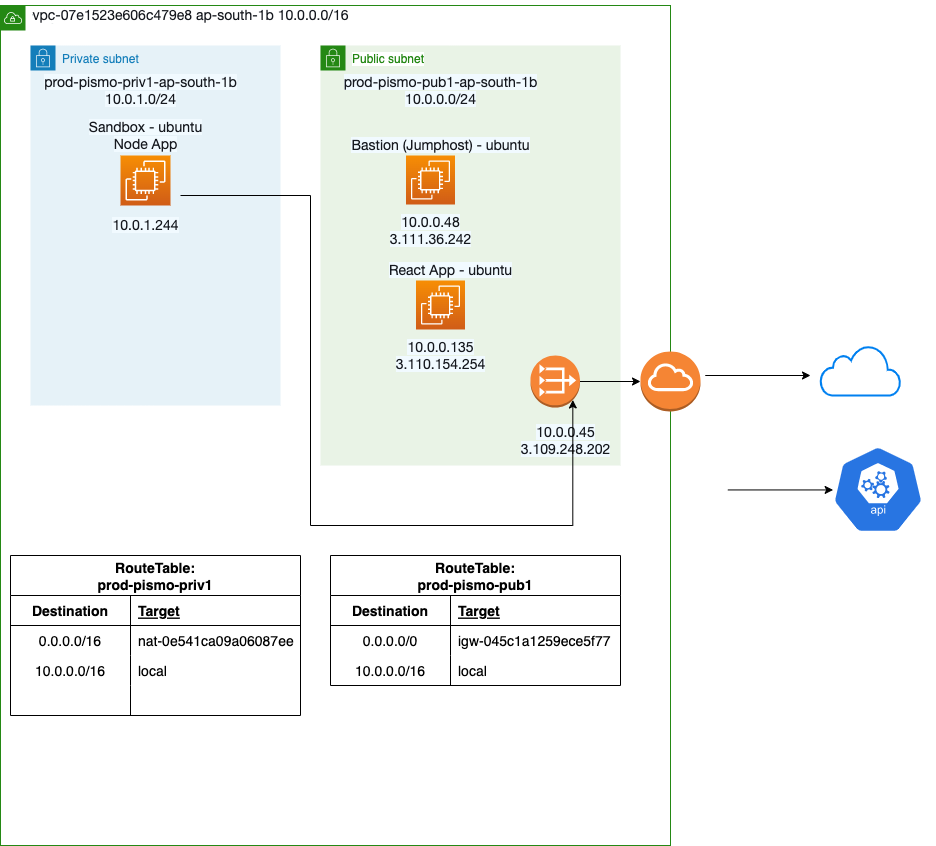
anilkumaran/aws-architecture-diagrams keeps this draw.io diagram as New NAT - VPC 04072022.drawio.png. Above is the earlier version. Source tidied: cells renumbered, new cells last; positions are measured from the earlier drawing's top-left corner, leaving out a move shared by most shapes. Its diagram source:
```xml
<mxGraphModel>
  <root>
    <mxCell id="0" />
    <mxCell id="1" parent="0" />
    <mxCell id="2" value="VPC" style="gradientColor=none;html=1;whiteSpace=wrap;fontSize=12;fontStyle=0;shape=mxgraph.aws4.group;grIcon=mxgraph.aws4.group_vpc;strokeColor=#248814;fillColor=none;verticalAlign=top;align=left;spacingLeft=30;fontColor=#AAB7B8;dashed=0;" parent="1" vertex="1">
      <mxGeometry y="5" width="670" height="840" as="geometry" />
    </mxCell>
    <mxCell id="3" value="Private subnet" style="gradientColor=none;html=1;whiteSpace=wrap;fontSize=12;fontStyle=0;shape=mxgraph.aws4.group;grIcon=mxgraph.aws4.group_security_group;grStroke=0;strokeColor=#147EBA;fillColor=#E6F2F8;verticalAlign=top;align=left;spacingLeft=30;fontColor=#147EBA;dashed=0;" parent="2" vertex="1">
      <mxGeometry x="30" y="40" width="250" height="360" as="geometry" />
    </mxCell>
    <mxCell id="4" value="&lt;span style=&quot;caret-color: rgb(22, 25, 31); color: rgb(22, 25, 31); font-family: &amp;quot;Amazon Ember&amp;quot;, &amp;quot;Helvetica Neue&amp;quot;, Roboto, Arial, sans-serif; font-size: 14px; text-align: start; text-size-adjust: auto; background-color: rgb(241, 250, 255);&quot;&gt;&lt;span style=&quot;text-size-adjust: auto;&quot;&gt;prod-pismo-priv1-ap-south-1b&lt;/span&gt;&lt;br&gt;&lt;span style=&quot;text-size-adjust: auto;&quot;&gt;10.0.1.0/24&lt;/span&gt;&lt;br&gt;&lt;/span&gt;" style="text;html=1;align=center;verticalAlign=middle;fillColor=none;strokeColor=none;rounded=0;" parent="3" vertex="1">
      <mxGeometry y="20" width="220" height="50" as="geometry" />
    </mxCell>
    <mxCell id="5" style="sketch=0;fontColor=#232F3E;gradientColor=#F78E04;gradientDirection=north;fillColor=#D05C17;strokeColor=#ffffff;dashed=0;verticalLabelPosition=bottom;verticalAlign=top;align=center;html=1;fontSize=12;fontStyle=0;shape=mxgraph.aws4.resourceIcon;resIcon=mxgraph.aws4.ec2;" parent="3" vertex="1">
      <mxGeometry x="90" y="110" width="50" height="50" as="geometry" />
    </mxCell>
    <mxCell id="6" value="&lt;div style=&quot;text-align: left;&quot;&gt;&lt;span style=&quot;caret-color: rgb(22, 25, 31); color: rgb(22, 25, 31); font-family: &amp;quot;Amazon Ember&amp;quot;, &amp;quot;Helvetica Neue&amp;quot;, Roboto, Arial, sans-serif; font-size: 14px; text-size-adjust: auto; background-color: rgb(241, 250, 255);&quot;&gt;10.0.1.244&lt;/span&gt;&lt;br&gt;&lt;/div&gt;" style="text;html=1;align=center;verticalAlign=middle;fillColor=none;strokeColor=none;rounded=0;" parent="3" vertex="1">
      <mxGeometry x="70" y="165" width="90" height="30" as="geometry" />
    </mxCell>
    <mxCell id="7" value="&lt;span style=&quot;caret-color: rgb(22, 25, 31); color: rgb(22, 25, 31); font-family: &amp;quot;Amazon Ember&amp;quot;, &amp;quot;Helvetica Neue&amp;quot;, Roboto, Arial, sans-serif; font-size: 14px; text-align: start; text-size-adjust: auto; background-color: rgb(241, 250, 255);&quot;&gt;Sandbox - ubuntu&lt;br&gt;Node App&lt;br&gt;&lt;/span&gt;" style="text;html=1;align=center;verticalAlign=middle;fillColor=none;strokeColor=none;rounded=0;" parent="3" vertex="1">
      <mxGeometry x="45" y="65" width="140" height="50" as="geometry" />
    </mxCell>
    <mxCell id="8" value="Public subnet" style="gradientColor=none;html=1;whiteSpace=wrap;fontSize=12;fontStyle=0;shape=mxgraph.aws4.group;grIcon=mxgraph.aws4.group_security_group;grStroke=0;strokeColor=#248814;fillColor=#E9F3E6;verticalAlign=top;align=left;spacingLeft=30;fontColor=#248814;dashed=0;labelBackgroundColor=default;" parent="2" vertex="1">
      <mxGeometry x="320" y="40" width="300" height="420" as="geometry" />
    </mxCell>
    <mxCell id="9" value="&lt;span style=&quot;caret-color: rgb(22, 25, 31); color: rgb(22, 25, 31); font-family: &amp;quot;Amazon Ember&amp;quot;, &amp;quot;Helvetica Neue&amp;quot;, Roboto, Arial, sans-serif; font-size: 14px; text-align: start; text-size-adjust: auto; background-color: rgb(241, 250, 255);&quot;&gt;&lt;span style=&quot;text-size-adjust: auto;&quot;&gt;prod-pismo-pub1-ap-south-1b&lt;/span&gt;&lt;br&gt;&lt;span style=&quot;text-size-adjust: auto;&quot;&gt;10.0.0.0/24&lt;/span&gt;&lt;br&gt;&lt;/span&gt;" style="text;html=1;align=center;verticalAlign=middle;fillColor=none;strokeColor=none;rounded=0;" parent="8" vertex="1">
      <mxGeometry x="10" y="20" width="220" height="50" as="geometry" />
    </mxCell>
    <mxCell id="10" style="outlineConnect=0;dashed=0;verticalLabelPosition=bottom;verticalAlign=top;align=center;html=1;shape=mxgraph.aws3.vpc_nat_gateway;fillColor=#F58536;gradientColor=none;" parent="8" vertex="1">
      <mxGeometry x="210" y="310" width="49.5" height="52" as="geometry" />
    </mxCell>
    <mxCell id="11" style="sketch=0;fontColor=#232F3E;gradientColor=#F78E04;gradientDirection=north;fillColor=#D05C17;strokeColor=#ffffff;dashed=0;verticalLabelPosition=bottom;verticalAlign=top;align=center;html=1;fontSize=12;fontStyle=0;shape=mxgraph.aws4.resourceIcon;resIcon=mxgraph.aws4.ec2;" parent="8" vertex="1">
      <mxGeometry x="85.5" y="110" width="49" height="49" as="geometry" />
    </mxCell>
    <mxCell id="12" value="&lt;span style=&quot;caret-color: rgb(22, 25, 31); color: rgb(22, 25, 31); font-family: &amp;quot;Amazon Ember&amp;quot;, &amp;quot;Helvetica Neue&amp;quot;, Roboto, Arial, sans-serif; font-size: 14px; text-align: left; text-size-adjust: auto; background-color: rgb(241, 250, 255);&quot;&gt;&lt;span style=&quot;text-size-adjust: auto;&quot;&gt;10.0.0.48&lt;/span&gt;&lt;br&gt;&lt;span style=&quot;text-size-adjust: auto;&quot;&gt;3.111.36.242&lt;/span&gt;&lt;br&gt;&lt;/span&gt;" style="text;html=1;align=center;verticalAlign=middle;fillColor=none;strokeColor=none;rounded=0;" parent="8" vertex="1">
      <mxGeometry x="55" y="160" width="110" height="50" as="geometry" />
    </mxCell>
    <mxCell id="13" value="&lt;span style=&quot;caret-color: rgb(22, 25, 31); color: rgb(22, 25, 31); font-family: &amp;quot;Amazon Ember&amp;quot;, &amp;quot;Helvetica Neue&amp;quot;, Roboto, Arial, sans-serif; font-size: 14px; text-align: start; text-size-adjust: auto; background-color: rgb(241, 250, 255);&quot;&gt;Bastion (Jumphost) - ubuntu&lt;br&gt;&lt;/span&gt;" style="text;html=1;align=center;verticalAlign=middle;fillColor=none;strokeColor=none;rounded=0;" parent="8" vertex="1">
      <mxGeometry x="20" y="85" width="200" height="30" as="geometry" />
    </mxCell>
    <mxCell id="14" value="&lt;span style=&quot;caret-color: rgb(22, 25, 31); color: rgb(22, 25, 31); font-family: &amp;quot;Amazon Ember&amp;quot;, &amp;quot;Helvetica Neue&amp;quot;, Roboto, Arial, sans-serif; font-size: 14px; text-align: left; text-size-adjust: auto; background-color: rgb(241, 250, 255);&quot;&gt;&lt;span style=&quot;text-size-adjust: auto;&quot;&gt;10.0.0.45&lt;/span&gt;&lt;br&gt;&lt;span style=&quot;text-size-adjust: auto;&quot;&gt;3.109.248.202&lt;/span&gt;&lt;br&gt;&lt;/span&gt;" style="text;html=1;align=center;verticalAlign=middle;fillColor=none;strokeColor=none;rounded=0;" parent="8" vertex="1">
      <mxGeometry x="190" y="370" width="110" height="50" as="geometry" />
    </mxCell>
    <mxCell id="15" style="sketch=0;fontColor=#232F3E;gradientColor=#F78E04;gradientDirection=north;fillColor=#D05C17;strokeColor=#ffffff;dashed=0;verticalLabelPosition=bottom;verticalAlign=top;align=center;html=1;fontSize=12;fontStyle=0;shape=mxgraph.aws4.resourceIcon;resIcon=mxgraph.aws4.ec2;" parent="8" vertex="1">
      <mxGeometry x="95.5" y="235" width="49" height="49" as="geometry" />
    </mxCell>
    <mxCell id="16" value="&lt;span style=&quot;caret-color: rgb(22, 25, 31); color: rgb(22, 25, 31); font-family: &amp;quot;Amazon Ember&amp;quot;, &amp;quot;Helvetica Neue&amp;quot;, Roboto, Arial, sans-serif; font-size: 14px; text-align: left; text-size-adjust: auto; background-color: rgb(241, 250, 255);&quot;&gt;&lt;span style=&quot;text-size-adjust: auto;&quot;&gt;10.0.0.135&lt;/span&gt;&lt;br&gt;&lt;span style=&quot;text-size-adjust: auto;&quot;&gt;3.110.154.254&lt;/span&gt;&lt;br&gt;&lt;/span&gt;" style="text;html=1;align=center;verticalAlign=middle;fillColor=none;strokeColor=none;rounded=0;" parent="8" vertex="1">
      <mxGeometry x="65" y="285" width="110" height="50" as="geometry" />
    </mxCell>
    <mxCell id="17" value="&lt;span style=&quot;caret-color: rgb(22, 25, 31); color: rgb(22, 25, 31); font-family: &amp;quot;Amazon Ember&amp;quot;, &amp;quot;Helvetica Neue&amp;quot;, Roboto, Arial, sans-serif; font-size: 14px; text-align: start; text-size-adjust: auto; background-color: rgb(241, 250, 255);&quot;&gt;React App - ubuntu&lt;br&gt;&lt;/span&gt;" style="text;html=1;align=center;verticalAlign=middle;fillColor=none;strokeColor=none;rounded=0;" parent="8" vertex="1">
      <mxGeometry x="55" y="210" width="150" height="30" as="geometry" />
    </mxCell>
    <mxCell id="18" value="&lt;span style=&quot;caret-color: rgb(22, 25, 31); color: rgb(22, 25, 31); font-family: &amp;quot;Amazon Ember&amp;quot;, &amp;quot;Helvetica Neue&amp;quot;, Roboto, Arial, sans-serif; font-size: 14px; text-align: start; text-size-adjust: auto; background-color: rgb(255, 255, 255);&quot;&gt;vpc-07e1523e606c479e8&amp;nbsp;&lt;/span&gt;&lt;span style=&quot;caret-color: rgb(22, 25, 31); color: rgb(22, 25, 31); font-family: &amp;quot;Amazon Ember&amp;quot;, &amp;quot;Helvetica Neue&amp;quot;, Roboto, Arial, sans-serif; font-size: 14px; text-align: left; text-size-adjust: auto; background-color: rgb(255, 255, 255);&quot;&gt;ap-south-1b&amp;nbsp;&lt;/span&gt;&lt;span style=&quot;caret-color: rgb(22, 25, 31); color: rgb(22, 25, 31); font-family: &amp;quot;Amazon Ember&amp;quot;, &amp;quot;Helvetica Neue&amp;quot;, Roboto, Arial, sans-serif; font-size: 14px; text-align: left; text-size-adjust: auto; background-color: rgb(255, 255, 255);&quot;&gt;10.0.0.0/16&lt;/span&gt;" style="text;html=1;align=center;verticalAlign=middle;fillColor=none;strokeColor=none;rounded=0;" parent="2" vertex="1">
      <mxGeometry x="20" y="-5" width="340" height="30" as="geometry" />
    </mxCell>
    <mxCell id="19" value="RouteTable:&#10;prod-pismo-priv1" style="shape=table;startSize=40;rowLines=0;fontStyle=1;align=center;fontSize=14;fontColor=#000000;" parent="2" vertex="1">
      <mxGeometry x="10" y="550" width="290" height="160" as="geometry" />
    </mxCell>
    <mxCell id="20" style="shape=tableRow;horizontal=0;startSize=0;swimlaneHead=0;swimlaneBody=0;fillColor=none;top=0;left=0;right=0;bottom=1;fontSize=14;fontColor=#000000;" parent="19" vertex="1">
      <mxGeometry y="40" width="290" height="30" as="geometry" />
    </mxCell>
    <mxCell id="21" value="Destination" style="shape=partialRectangle;fillColor=none;top=0;left=0;bottom=0;right=0;fontStyle=1;overflow=hidden;fontSize=14;fontColor=#000000;" parent="20" vertex="1">
      <mxGeometry width="120" height="30" as="geometry" />
    </mxCell>
    <mxCell id="22" value="Target" style="shape=partialRectangle;fillColor=none;top=0;left=0;bottom=0;right=0;align=left;spacingLeft=6;fontStyle=5;overflow=hidden;fontSize=14;fontColor=#000000;" parent="20" vertex="1">
      <mxGeometry x="120" width="170" height="30" as="geometry" />
    </mxCell>
    <mxCell id="23" style="shape=tableRow;horizontal=0;startSize=0;swimlaneHead=0;swimlaneBody=0;fillColor=none;top=0;left=0;right=0;bottom=0;fontSize=14;fontColor=#000000;" parent="19" vertex="1">
      <mxGeometry y="70" width="290" height="30" as="geometry" />
    </mxCell>
    <mxCell id="24" value="0.0.0.0/16" style="shape=partialRectangle;fillColor=none;top=0;left=0;bottom=0;right=0;overflow=hidden;fontSize=14;fontColor=#000000;" parent="23" vertex="1">
      <mxGeometry width="120" height="30" as="geometry" />
    </mxCell>
    <mxCell id="25" value="nat-0e541ca09a06087ee" style="shape=partialRectangle;fillColor=none;top=0;left=0;bottom=0;right=0;align=left;spacingLeft=6;overflow=hidden;fontSize=14;fontColor=#000000;" parent="23" vertex="1">
      <mxGeometry x="120" width="170" height="30" as="geometry" />
    </mxCell>
    <mxCell id="26" style="shape=tableRow;horizontal=0;startSize=0;swimlaneHead=0;swimlaneBody=0;fillColor=none;top=0;left=0;right=0;bottom=0;fontSize=14;fontColor=#000000;" parent="19" vertex="1">
      <mxGeometry y="100" width="290" height="30" as="geometry" />
    </mxCell>
    <mxCell id="27" value="10.0.0.0/16" style="shape=partialRectangle;fillColor=none;top=0;left=0;bottom=0;right=0;overflow=hidden;fontSize=14;fontColor=#000000;" parent="26" vertex="1">
      <mxGeometry width="120" height="30" as="geometry" />
    </mxCell>
    <mxCell id="28" value="local" style="shape=partialRectangle;fillColor=none;top=0;left=0;bottom=0;right=0;align=left;spacingLeft=6;overflow=hidden;fontSize=14;fontColor=#000000;" parent="26" vertex="1">
      <mxGeometry x="120" width="170" height="30" as="geometry" />
    </mxCell>
    <mxCell id="29" style="shape=tableRow;horizontal=0;startSize=0;swimlaneHead=0;swimlaneBody=0;fillColor=none;top=0;left=0;right=0;bottom=0;fontSize=14;fontColor=#000000;" parent="19" vertex="1">
      <mxGeometry y="130" width="290" height="30" as="geometry" />
    </mxCell>
    <mxCell id="30" style="shape=partialRectangle;fillColor=none;top=0;left=0;bottom=0;right=0;overflow=hidden;fontSize=14;fontColor=#000000;" parent="29" vertex="1">
      <mxGeometry width="120" height="30" as="geometry" />
    </mxCell>
    <mxCell id="31" style="shape=partialRectangle;fillColor=none;top=0;left=0;bottom=0;right=0;align=left;spacingLeft=6;overflow=hidden;fontSize=14;fontColor=#000000;" parent="29" vertex="1">
      <mxGeometry x="120" width="170" height="30" as="geometry" />
    </mxCell>
    <mxCell id="32" value="RouteTable:&#10;prod-pismo-pub1" style="shape=table;startSize=40;rowLines=0;fontStyle=1;align=center;fontSize=14;fontColor=#000000;" parent="2" vertex="1">
      <mxGeometry x="330" y="550" width="290" height="130" as="geometry" />
    </mxCell>
    <mxCell id="33" style="shape=tableRow;horizontal=0;startSize=0;swimlaneHead=0;swimlaneBody=0;fillColor=none;top=0;left=0;right=0;bottom=1;fontSize=14;fontColor=#000000;" parent="32" vertex="1">
      <mxGeometry y="40" width="290" height="30" as="geometry" />
    </mxCell>
    <mxCell id="34" value="Destination" style="shape=partialRectangle;fillColor=none;top=0;left=0;bottom=0;right=0;fontStyle=1;overflow=hidden;fontSize=14;fontColor=#000000;" parent="33" vertex="1">
      <mxGeometry width="120" height="30" as="geometry" />
    </mxCell>
    <mxCell id="35" value="Target" style="shape=partialRectangle;fillColor=none;top=0;left=0;bottom=0;right=0;align=left;spacingLeft=6;fontStyle=5;overflow=hidden;fontSize=14;fontColor=#000000;" parent="33" vertex="1">
      <mxGeometry x="120" width="170" height="30" as="geometry" />
    </mxCell>
    <mxCell id="36" style="shape=tableRow;horizontal=0;startSize=0;swimlaneHead=0;swimlaneBody=0;fillColor=none;top=0;left=0;right=0;bottom=0;fontSize=14;fontColor=#000000;" parent="32" vertex="1">
      <mxGeometry y="70" width="290" height="30" as="geometry" />
    </mxCell>
    <mxCell id="37" value="0.0.0.0/0" style="shape=partialRectangle;fillColor=none;top=0;left=0;bottom=0;right=0;overflow=hidden;fontSize=14;fontColor=#000000;" parent="36" vertex="1">
      <mxGeometry width="120" height="30" as="geometry" />
    </mxCell>
    <mxCell id="38" value="igw-045c1a1259ece5f77" style="shape=partialRectangle;fillColor=none;top=0;left=0;bottom=0;right=0;align=left;spacingLeft=6;overflow=hidden;fontSize=14;fontColor=#000000;" parent="36" vertex="1">
      <mxGeometry x="120" width="170" height="30" as="geometry" />
    </mxCell>
    <mxCell id="39" style="shape=tableRow;horizontal=0;startSize=0;swimlaneHead=0;swimlaneBody=0;fillColor=none;top=0;left=0;right=0;bottom=0;fontSize=14;fontColor=#000000;" parent="32" vertex="1">
      <mxGeometry y="100" width="290" height="30" as="geometry" />
    </mxCell>
    <mxCell id="40" value="10.0.0.0/16" style="shape=partialRectangle;fillColor=none;top=0;left=0;bottom=0;right=0;overflow=hidden;fontSize=14;fontColor=#000000;" parent="39" vertex="1">
      <mxGeometry width="120" height="30" as="geometry" />
    </mxCell>
    <mxCell id="41" value="local" style="shape=partialRectangle;fillColor=none;top=0;left=0;bottom=0;right=0;align=left;spacingLeft=6;overflow=hidden;fontSize=14;fontColor=#000000;" parent="39" vertex="1">
      <mxGeometry x="120" width="170" height="30" as="geometry" />
    </mxCell>
    <mxCell id="42" style="outlineConnect=0;dashed=0;verticalLabelPosition=bottom;verticalAlign=top;align=center;html=1;shape=mxgraph.aws3.internet_gateway;fillColor=#F58534;gradientColor=none;fontSize=14;fontColor=#000000;" parent="2" vertex="1">
      <mxGeometry x="640" y="346" width="60" height="60" as="geometry" />
    </mxCell>
    <mxCell id="43" style="edgeStyle=orthogonalEdgeStyle;rounded=0;jettySize=auto;html=1;entryX=0;entryY=0.5;entryDx=0;entryDy=0;entryPerimeter=0;" parent="2" edge="1" source="10" target="42">
      <mxGeometry relative="1" as="geometry" />
    </mxCell>
    <mxCell id="44" style="edgeStyle=orthogonalEdgeStyle;rounded=0;jettySize=auto;html=1;labelBorderColor=none;textOpacity=0;entryX=0.855;entryY=0.855;entryDx=0;entryDy=0;entryPerimeter=0;" parent="2" edge="1" target="10">
      <mxGeometry relative="1" as="geometry">
        <mxPoint x="180" y="190" as="sourcePoint" />
        <Array as="points">
          <mxPoint x="310" y="190" />
          <mxPoint x="310" y="520" />
          <mxPoint x="572" y="520" />
        </Array>
      </mxGeometry>
    </mxCell>
    <mxCell id="45" style="html=1;verticalLabelPosition=bottom;align=center;labelBackgroundColor=#ffffff;verticalAlign=top;strokeWidth=2;strokeColor=#0080F0;shadow=0;dashed=0;shape=mxgraph.ios7.icons.cloud;" parent="1" vertex="1">
      <mxGeometry x="820" y="345" width="80" height="50" as="geometry" />
    </mxCell>
    <mxCell id="46" style="edgeStyle=orthogonalEdgeStyle;rounded=0;orthogonalLoop=1;jettySize=auto;html=1;" parent="1" edge="1">
      <mxGeometry relative="1" as="geometry">
        <mxPoint x="704.8" y="375" as="sourcePoint" />
        <mxPoint x="810" y="375" as="targetPoint" />
      </mxGeometry>
    </mxCell>
    <mxCell id="47" style="edgeStyle=orthogonalEdgeStyle;rounded=0;orthogonalLoop=1;jettySize=auto;html=1;" parent="1" edge="1">
      <mxGeometry relative="1" as="geometry">
        <mxPoint x="727.4" y="489.4" as="sourcePoint" />
        <mxPoint x="832.6" y="489.4" as="targetPoint" />
      </mxGeometry>
    </mxCell>
    <mxCell id="48" style="sketch=0;html=1;dashed=0;whitespace=wrap;fillColor=#2875E2;strokeColor=#ffffff;shape=mxgraph.kubernetes.icon;prIcon=api;fontSize=14;fontColor=#000000;" parent="1" vertex="1">
      <mxGeometry x="820" y="445" width="115" height="88" as="geometry" />
    </mxCell>
  </root>
</mxGraphModel>
```
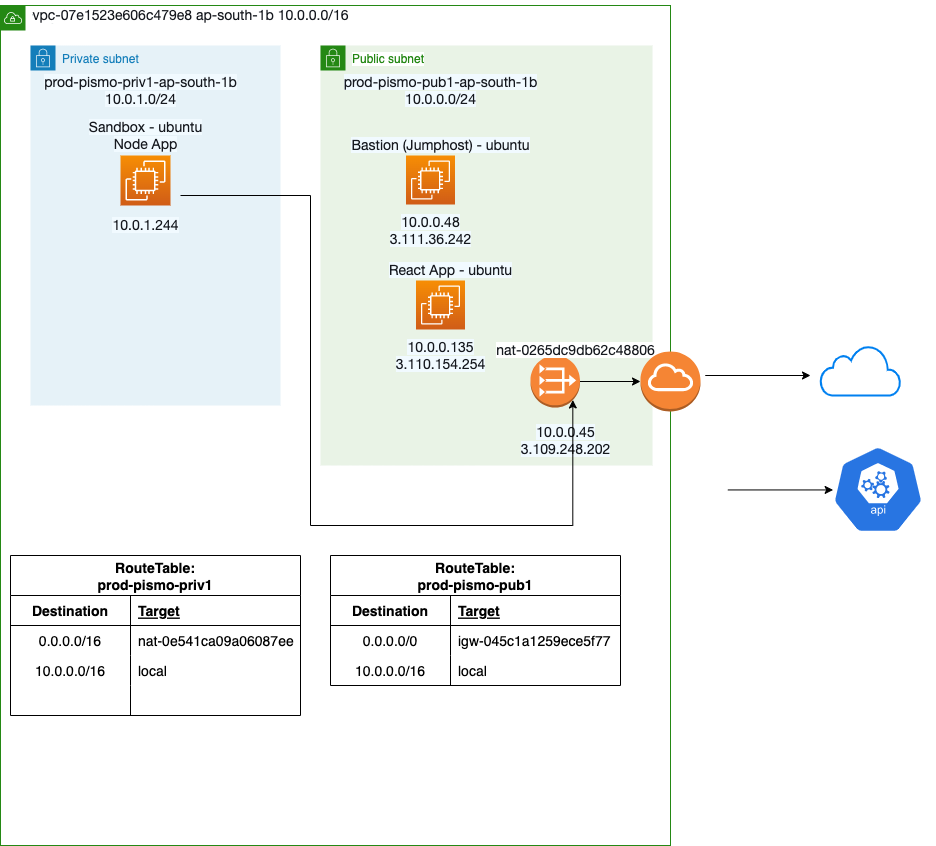
Above is the later version.

Change to the diagram source:
```diff
@@ -21,7 +21,7 @@
       <mxGeometry x="45" y="65" width="140" height="50" as="geometry" />
     </mxCell>
     <mxCell id="8" value="Public subnet" style="gradientColor=none;html=1;whiteSpace=wrap;fontSize=12;fontStyle=0;shape=mxgraph.aws4.group;grIcon=mxgraph.aws4.group_security_group;grStroke=0;strokeColor=#248814;fillColor=#E9F3E6;verticalAlign=top;align=left;spacingLeft=30;fontColor=#248814;dashed=0;labelBackgroundColor=default;" parent="2" vertex="1">
-      <mxGeometry x="320" y="40" width="300" height="420" as="geometry" />
+      <mxGeometry x="320" y="40" width="332" height="420" as="geometry" />
     </mxCell>
     <mxCell id="9" value="&lt;span style=&quot;caret-color: rgb(22, 25, 31); color: rgb(22, 25, 31); font-family: &amp;quot;Amazon Ember&amp;quot;, &amp;quot;Helvetica Neue&amp;quot;, Roboto, Arial, sans-serif; font-size: 14px; text-align: start; text-size-adjust: auto; background-color: rgb(241, 250, 255);&quot;&gt;&lt;span style=&quot;text-size-adjust: auto;&quot;&gt;prod-pismo-pub1-ap-south-1b&lt;/span&gt;&lt;br&gt;&lt;span style=&quot;text-size-adjust: auto;&quot;&gt;10.0.0.0/24&lt;/span&gt;&lt;br&gt;&lt;/span&gt;" style="text;html=1;align=center;verticalAlign=middle;fillColor=none;strokeColor=none;rounded=0;" parent="8" vertex="1">
       <mxGeometry x="10" y="20" width="220" height="50" as="geometry" />
@@ -50,6 +50,9 @@
     <mxCell id="17" value="&lt;span style=&quot;caret-color: rgb(22, 25, 31); color: rgb(22, 25, 31); font-family: &amp;quot;Amazon Ember&amp;quot;, &amp;quot;Helvetica Neue&amp;quot;, Roboto, Arial, sans-serif; font-size: 14px; text-align: start; text-size-adjust: auto; background-color: rgb(241, 250, 255);&quot;&gt;React App - ubuntu&lt;br&gt;&lt;/span&gt;" style="text;html=1;align=center;verticalAlign=middle;fillColor=none;strokeColor=none;rounded=0;" parent="8" vertex="1">
       <mxGeometry x="55" y="210" width="150" height="30" as="geometry" />
     </mxCell>
+    <mxCell id="49" value="&lt;span style=&quot;caret-color: rgb(22, 25, 31); color: rgb(22, 25, 31); font-family: &amp;quot;Amazon Ember&amp;quot;, &amp;quot;Helvetica Neue&amp;quot;, Roboto, Arial, sans-serif; font-size: 14px; text-align: start; text-size-adjust: auto; background-color: rgb(241, 250, 255);&quot;&gt;&lt;span style=&quot;text-size-adjust: auto; background-color: rgb(255, 255, 255);&quot;&gt;nat-0265dc9db62c48806&lt;/span&gt;&lt;br&gt;&lt;/span&gt;" style="text;html=1;align=center;verticalAlign=middle;fillColor=none;strokeColor=none;rounded=0;" parent="8" vertex="1">
+      <mxGeometry x="165" y="290" width="180" height="30" as="geometry" />
+    </mxCell>
     <mxCell id="18" value="&lt;span style=&quot;caret-color: rgb(22, 25, 31); color: rgb(22, 25, 31); font-family: &amp;quot;Amazon Ember&amp;quot;, &amp;quot;Helvetica Neue&amp;quot;, Roboto, Arial, sans-serif; font-size: 14px; text-align: start; text-size-adjust: auto; background-color: rgb(255, 255, 255);&quot;&gt;vpc-07e1523e606c479e8&amp;nbsp;&lt;/span&gt;&lt;span style=&quot;caret-color: rgb(22, 25, 31); color: rgb(22, 25, 31); font-family: &amp;quot;Amazon Ember&amp;quot;, &amp;quot;Helvetica Neue&amp;quot;, Roboto, Arial, sans-serif; font-size: 14px; text-align: left; text-size-adjust: auto; background-color: rgb(255, 255, 255);&quot;&gt;ap-south-1b&amp;nbsp;&lt;/span&gt;&lt;span style=&quot;caret-color: rgb(22, 25, 31); color: rgb(22, 25, 31); font-family: &amp;quot;Amazon Ember&amp;quot;, &amp;quot;Helvetica Neue&amp;quot;, Roboto, Arial, sans-serif; font-size: 14px; text-align: left; text-size-adjust: auto; background-color: rgb(255, 255, 255);&quot;&gt;10.0.0.0/16&lt;/span&gt;" style="text;html=1;align=center;verticalAlign=middle;fillColor=none;strokeColor=none;rounded=0;" parent="2" vertex="1">
       <mxGeometry x="20" y="-5" width="340" height="30" as="geometry" />
     </mxCell>
```
